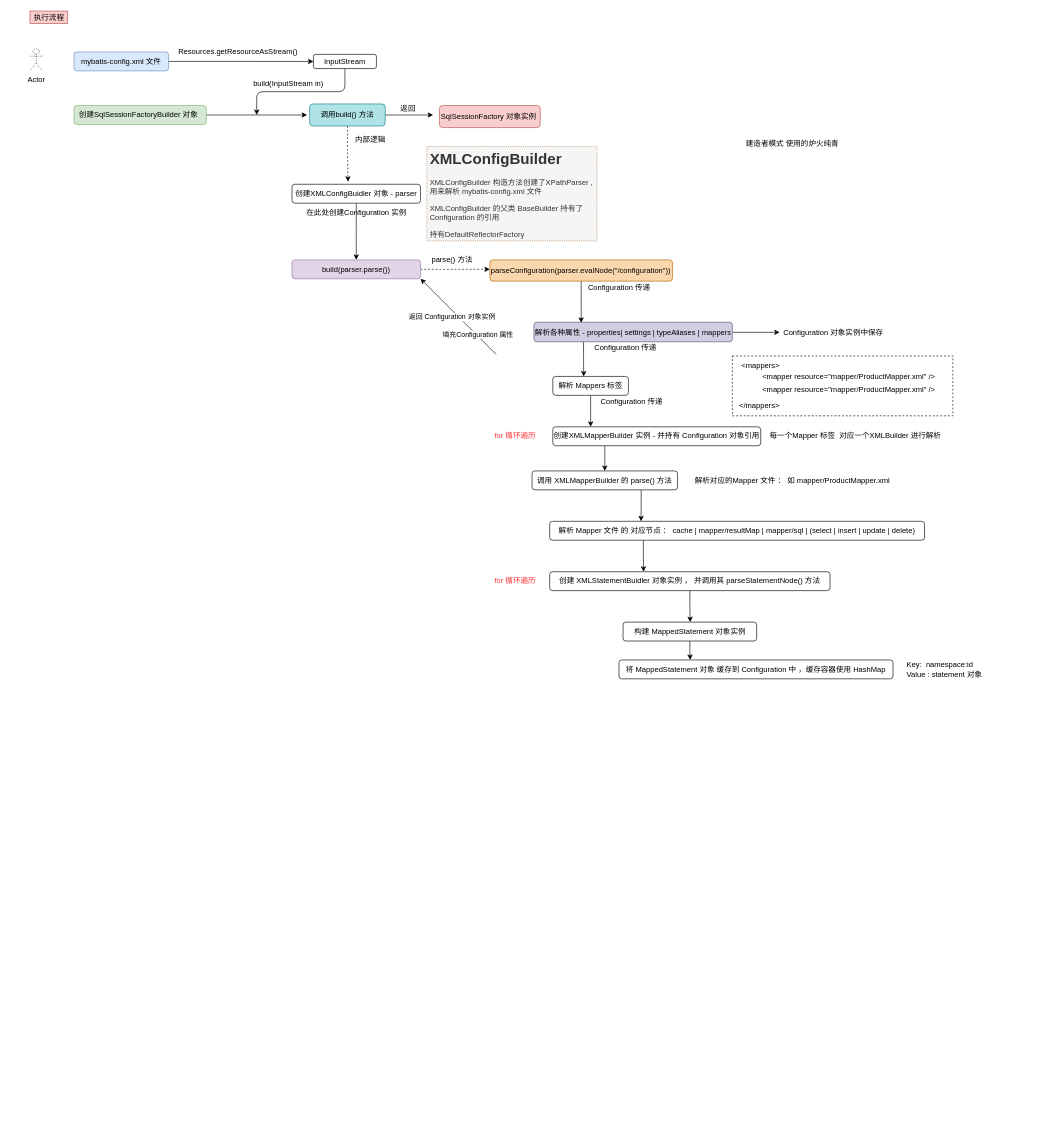
Above: page "执行流程" (2 of 2) of mybatis.drawio in topyuluo/photo-project (draw.io), before the change. Source tidied: cells renumbered, new cells numbered last; positions are measured from the earlier drawing's top-left corner, leaving out a move shared by most shapes. Both pictures are drawn from the tidied source at 63%, with x=0, y=0 at pixel (30, 11).
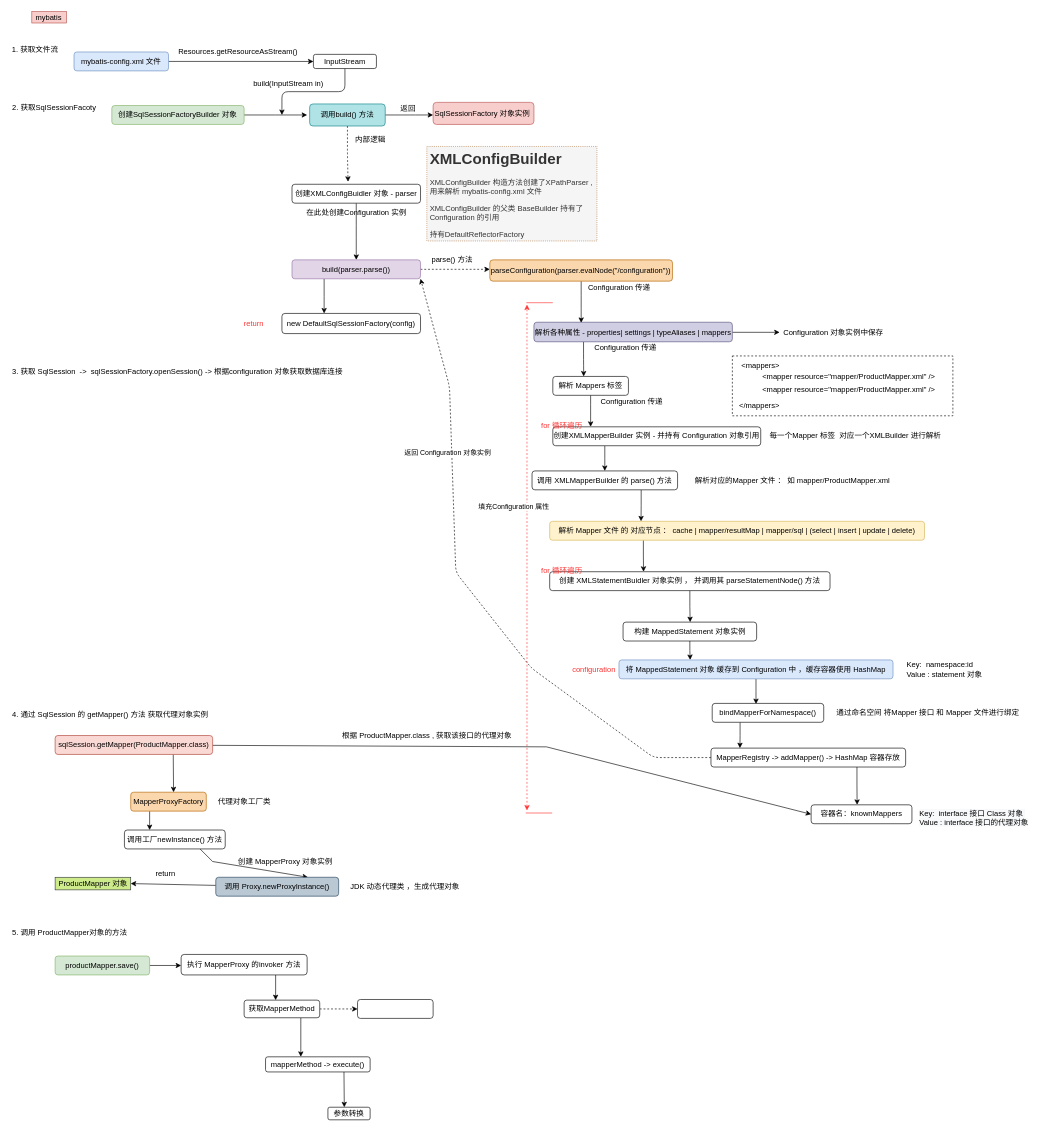
After the change.

The change refers to these unchanged cells:
```xml
<mxCell id="8" value="InputStream" style="rounded=1;whiteSpace=wrap;html=1;align=center;" parent="1" vertex="1">
  <mxGeometry x="450" y="68.8" width="100" height="22.5" as="geometry" />
</mxCell>
<mxCell id="21" value="build(parser.parse())" style="rounded=1;whiteSpace=wrap;html=1;align=center;fillColor=#e1d5e7;strokeColor=#9673a6;" parent="1" vertex="1">
  <mxGeometry x="416" y="395" width="204" height="30" as="geometry" />
</mxCell>
```

Diff of the diagram source:
```diff
@@
-    <mxCell id="3" style="rounded=1;whiteSpace=wrap;html=1;align=center;fillColor=#d5e8d4;strokeColor=#82b366;" parent="1" vertex="1">
-      <mxGeometry x="70" y="150" width="210" height="30" as="geometry" />
-    </mxCell>
-    <mxCell id="4" value="执行流程" style="text;html=1;align=center;verticalAlign=middle;strokeColor=#b85450;fillColor=#f8cecc;" parent="1" vertex="1">
-      <mxGeometry width="60" height="20" as="geometry" />
+    <mxCell id="4" value="mybatis&amp;nbsp;" style="text;html=1;align=center;verticalAlign=middle;strokeColor=#b85450;fillColor=#f8cecc;" parent="1" vertex="1">
+      <mxGeometry x="3" y="1" width="55" height="18" as="geometry" />
     </mxCell>
@@
     <mxCell id="7" style="edgeStyle=elbowEdgeStyle;rounded=1;jettySize=auto;html=1;exitX=0.5;exitY=1;exitDx=0;exitDy=0;elbow=vertical;" parent="1" edge="1" source="8">
       <mxGeometry relative="1" as="geometry">
-        <mxPoint x="360" y="165" as="targetPoint" />
+        <mxPoint x="400" y="165" as="targetPoint" />
       </mxGeometry>
     </mxCell>
@@
-    <mxCell id="13" value="创建SqlSessionFactoryBuilder 对象" style="text;html=1;align=center;verticalAlign=middle;strokeColor=none;" parent="1" vertex="1">
-      <mxGeometry x="72" y="153.5" width="200" height="20" as="geometry" />
-    </mxCell>
@@
     <mxCell id="15" value="SqlSessionFactory 对象实例&amp;nbsp;" style="rounded=1;whiteSpace=wrap;html=1;align=center;fillColor=#f8cecc;strokeColor=#b85450;" parent="1" vertex="1">
-      <mxGeometry x="650" y="150" width="160" height="35" as="geometry" />
+      <mxGeometry x="640" y="145" width="160" height="35" as="geometry" />
     </mxCell>
@@
+    <mxCell id="64" style="edgeStyle=elbowEdgeStyle;rounded=0;jettySize=auto;elbow=vertical;html=1;exitX=0.25;exitY=1;exitDx=0;exitDy=0;fontColor=#000000;" parent="1" edge="1" source="21">
+      <mxGeometry relative="1" as="geometry">
+        <mxPoint x="467" y="480" as="targetPoint" />
+      </mxGeometry>
+    </mxCell>
@@
-    <mxCell id="29" style="endArrow=classic;html=1;entryX=1;entryY=1;entryDx=0;entryDy=0;" parent="1" edge="1" target="21">
+    <mxCell id="29" style="endArrow=classic;html=1;entryX=1;entryY=1;entryDx=0;entryDy=0;exitX=0;exitY=0.5;exitDx=0;exitDy=0;dashed=1;" parent="1" edge="1" source="71" target="21">
       <mxGeometry relative="1" as="geometry">
-        <mxPoint x="740" y="545" as="sourcePoint" />
+        <Array as="points">
+          <mxPoint x="990" y="1185" />
+          <mxPoint x="796" y="1043" />
+          <mxPoint x="676" y="891" />
+          <mxPoint x="666" y="596" />
+        </Array>
       </mxGeometry>
     </mxCell>
     <mxCell id="30" value="返回 Configuration 对象实例" style="edgeLabel;html=1;align=center;verticalAlign=middle;" parent="29" vertex="1">
       <mxGeometry x="0.21" y="-1" relative="1" as="geometry">
-        <mxPoint x="2" y="14" as="offset" />
+        <mxPoint x="-12" y="-113" as="offset" />
       </mxGeometry>
     </mxCell>
-    <mxCell id="31" value="填充Configuration 属性" style="edgeLabel;html=1;align=center;verticalAlign=middle;" parent="29" vertex="1">
-      <mxGeometry x="-0.49" y="-1" relative="1" as="geometry" />
-    </mxCell>
-    <mxCell id="32" value="Actor" style="shape=umlActor;verticalLabelPosition=bottom;verticalAlign=top;html=1;rounded=1;dashed=1;dashPattern=1 2;" parent="1" vertex="1">
-      <mxGeometry y="60" width="20" height="35" as="geometry" />
-    </mxCell>
-    <mxCell id="33" value="建造者模式 使用的炉火纯青" style="text;html=1;align=center;verticalAlign=middle;strokeColor=none;" parent="1" vertex="1">
-      <mxGeometry x="1130" y="200" width="160" height="20" as="geometry" />
-    </mxCell>
@@
     <mxCell id="52" value="&lt;font color=&quot;#ff3333&quot;&gt;for 循环遍历&lt;/font&gt;" style="text;html=1;align=center;verticalAlign=middle;strokeColor=none;fontColor=#99CCFF;" parent="1" vertex="1">
-      <mxGeometry x="730" y="665" width="80" height="20" as="geometry" />
+      <mxGeometry x="804" y="649" width="80" height="20" as="geometry" />
     </mxCell>
@@
-    <mxCell id="56" value="解析 Mapper 文件 的 对应节点 ： cache | mapper/resultMap | mapper/sql | (select | insert | update | delete)" style="rounded=1;whiteSpace=wrap;html=1;fontColor=#000000;strokeColor=#000000;align=center;" parent="1" vertex="1">
+    <mxCell id="56" value="解析 Mapper 文件 的 对应节点 ： cache | mapper/resultMap | mapper/sql | (select | insert | update | delete)" style="rounded=1;whiteSpace=wrap;html=1;strokeColor=#d6b656;align=center;fillColor=#fff2cc;" parent="1" vertex="1">
       <mxGeometry x="825" y="810" width="595" height="30" as="geometry" />
     </mxCell>
@@
     <mxCell id="59" value="&lt;font color=&quot;#ff3333&quot;&gt;for 循环遍历&lt;/font&gt;" style="text;html=1;align=center;verticalAlign=middle;strokeColor=none;fontColor=#99CCFF;" parent="1" vertex="1">
-      <mxGeometry x="730" y="895" width="80" height="20" as="geometry" />
+      <mxGeometry x="804" y="878" width="80" height="20" as="geometry" />
     </mxCell>
@@
+    <mxCell id="65" style="edgeStyle=elbowEdgeStyle;rounded=0;jettySize=auto;elbow=vertical;html=1;fontColor=#000000;" parent="1" edge="1" source="62">
+      <mxGeometry relative="1" as="geometry">
+        <mxPoint x="1152.5" y="1100" as="targetPoint" />
+      </mxGeometry>
+    </mxCell>
-    <mxCell id="62" value="将 MappedStatement 对象 缓存到 Configuration 中 ，缓存容器使用 HashMap" style="rounded=1;whiteSpace=wrap;html=1;fontColor=#000000;strokeColor=#000000;align=center;" parent="1" vertex="1">
+    <mxCell id="62" value="将 MappedStatement 对象 缓存到 Configuration 中 ，缓存容器使用 HashMap" style="rounded=1;whiteSpace=wrap;html=1;strokeColor=#6c8ebf;align=center;fillColor=#dae8fc;" parent="1" vertex="1">
       <mxGeometry x="935" y="1030" width="435" height="30" as="geometry" />
     </mxCell>
@@
+    <mxCell id="66" value="&lt;font color=&quot;#ff3333&quot;&gt;configuration&lt;/font&gt;" style="text;html=1;align=center;verticalAlign=middle;strokeColor=none;fontColor=#99CCFF;" parent="1" vertex="1">
+      <mxGeometry x="855" y="1035" width="80" height="20" as="geometry" />
+    </mxCell>
+    <mxCell id="67" style="edgeStyle=elbowEdgeStyle;rounded=0;jettySize=auto;elbow=vertical;html=1;exitX=0.25;exitY=1;exitDx=0;exitDy=0;fontColor=#000000;" parent="1" edge="1" source="68">
+      <mxGeometry relative="1" as="geometry">
+        <mxPoint x="1127" y="1170" as="targetPoint" />
+      </mxGeometry>
+    </mxCell>
+    <mxCell id="68" value="bindMapperForNamespace()" style="rounded=1;whiteSpace=wrap;html=1;fontColor=#000000;strokeColor=#000000;align=center;" parent="1" vertex="1">
+      <mxGeometry x="1083" y="1099" width="177" height="30" as="geometry" />
+    </mxCell>
+    <mxCell id="69" value="通过命名空间 将Mapper 接口 和 Mapper 文件进行绑定" style="text;html=1;align=center;verticalAlign=middle;strokeColor=none;fontColor=#000000;" parent="1" vertex="1">
+      <mxGeometry x="1270" y="1104" width="310" height="20" as="geometry" />
+    </mxCell>
+    <mxCell id="70" style="edgeStyle=elbowEdgeStyle;rounded=0;jettySize=auto;elbow=vertical;html=1;exitX=0.75;exitY=1;exitDx=0;exitDy=0;fontColor=#000000;" parent="1" edge="1" source="71">
+      <mxGeometry relative="1" as="geometry">
+        <mxPoint x="1313" y="1260" as="targetPoint" />
+      </mxGeometry>
+    </mxCell>
+    <mxCell id="71" value="MapperRegistry -&amp;gt; addMapper() -&amp;gt; HashMap 容器存放" style="rounded=1;whiteSpace=wrap;html=1;fontColor=#000000;strokeColor=#000000;align=center;" parent="1" vertex="1">
+      <mxGeometry x="1081" y="1170" width="309" height="30" as="geometry" />
+    </mxCell>
+    <mxCell id="72" value="&lt;span style=&quot;color: rgb(0 , 0 , 0) ; font-family: &amp;#34;helvetica&amp;#34; ; font-size: 12px ; font-style: normal ; font-weight: 400 ; letter-spacing: normal ; text-align: left ; text-indent: 0px ; text-transform: none ; word-spacing: 0px ; background-color: rgb(248 , 249 , 250) ; display: inline ; float: none&quot;&gt;Key:&amp;nbsp; interface 接口 Class 对象&amp;nbsp;&lt;/span&gt;&lt;br style=&quot;color: rgb(0 , 0 , 0) ; font-family: &amp;#34;helvetica&amp;#34; ; font-size: 12px ; font-style: normal ; font-weight: 400 ; letter-spacing: normal ; text-align: left ; text-indent: 0px ; text-transform: none ; word-spacing: 0px ; background-color: rgb(248 , 249 , 250)&quot;&gt;&lt;span style=&quot;color: rgb(0 , 0 , 0) ; font-family: &amp;#34;helvetica&amp;#34; ; font-size: 12px ; font-style: normal ; font-weight: 400 ; letter-spacing: normal ; text-align: left ; text-indent: 0px ; text-transform: none ; word-spacing: 0px ; background-color: rgb(248 , 249 , 250) ; display: inline ; float: none&quot;&gt;Value : interface 接口的代理对象&lt;/span&gt;" style="text;whiteSpace=wrap;html=1;fontColor=#000000;" parent="1" vertex="1">
+      <mxGeometry x="1410" y="1260" width="180" height="30" as="geometry" />
+    </mxCell>
+    <mxCell id="73" value="new DefaultSqlSessionFactory(config)" style="rounded=1;whiteSpace=wrap;html=1;fontColor=#000000;strokeColor=#000000;align=center;" parent="1" vertex="1">
+      <mxGeometry x="400" y="480" width="220" height="32" as="geometry" />
+    </mxCell>
+    <mxCell id="74" value="1. 获取文件流&amp;nbsp;" style="text;html=1;strokeColor=none;fillColor=none;align=center;verticalAlign=middle;whiteSpace=wrap;rounded=0;fontColor=#000000;" parent="1" vertex="1">
+      <mxGeometry x="-30" y="46" width="80" height="29" as="geometry" />
+    </mxCell>
+    <mxCell id="75" value="2. 获取SqlSessionFacoty&amp;nbsp;" style="text;html=1;strokeColor=none;fillColor=none;align=left;verticalAlign=middle;whiteSpace=wrap;rounded=0;fontColor=#000000;" parent="1" vertex="1">
+      <mxGeometry x="-30" y="140" width="150" height="25" as="geometry" />
+    </mxCell>
+    <mxCell id="76" style="group;" parent="1" vertex="1">
+      <mxGeometry x="130" y="150" width="210" height="30" as="geometry" />
+    </mxCell>
+    <mxCell id="3" style="rounded=1;whiteSpace=wrap;html=1;align=center;fillColor=#d5e8d4;strokeColor=#82b366;" parent="76" vertex="1">
+      <mxGeometry width="210" height="30" as="geometry" />
+    </mxCell>
+    <mxCell id="13" value="创建SqlSessionFactoryBuilder 对象" style="text;html=1;align=center;verticalAlign=middle;strokeColor=none;" parent="76" vertex="1">
+      <mxGeometry x="4" y="5" width="200" height="20" as="geometry" />
+    </mxCell>
+    <mxCell id="77" value="3. 获取 SqlSession&amp;nbsp; -&amp;gt;&amp;nbsp; sqlSessionFactory.openSession() -&amp;gt; 根据configuration 对象获取数据库连接" style="text;html=1;strokeColor=none;fillColor=none;align=left;verticalAlign=middle;whiteSpace=wrap;rounded=0;fontColor=#000000;" parent="1" vertex="1">
+      <mxGeometry x="-30" y="560" width="540" height="25" as="geometry" />
+    </mxCell>
+    <mxCell id="78" value="4. 通过 SqlSession 的 getMapper() 方法 获取代理对象实例" style="text;html=1;strokeColor=none;fillColor=none;align=left;verticalAlign=middle;whiteSpace=wrap;rounded=0;fontColor=#000000;" parent="1" vertex="1">
+      <mxGeometry x="-30" y="1104" width="360" height="25" as="geometry" />
+    </mxCell>
+    <mxCell id="79" style="rounded=0;jettySize=auto;elbow=vertical;html=1;entryX=0;entryY=0.5;entryDx=0;entryDy=0;fontColor=#000000;" parent="1" edge="1" source="81" target="82">
+      <mxGeometry relative="1" as="geometry">
+        <Array as="points">
+          <mxPoint x="820" y="1168" />
+        </Array>
+      </mxGeometry>
+    </mxCell>
+    <mxCell id="80" style="edgeStyle=none;rounded=0;jettySize=auto;html=1;exitX=0.75;exitY=1;exitDx=0;exitDy=0;fontColor=#000000;" parent="1" edge="1" source="81">
+      <mxGeometry relative="1" as="geometry">
+        <mxPoint x="228" y="1240" as="targetPoint" />
+      </mxGeometry>
+    </mxCell>
+    <mxCell id="81" value="&lt;span style=&quot;&quot;&gt;sqlSession.getMapper(ProductMapper.class)&lt;/span&gt;" style="rounded=1;whiteSpace=wrap;html=1;strokeColor=#ae4132;align=center;fillColor=#fad9d5;" parent="1" vertex="1">
+      <mxGeometry x="40" y="1150" width="250" height="30" as="geometry" />
+    </mxCell>
+    <mxCell id="82" value="容器名：knownMappers" style="rounded=1;whiteSpace=wrap;html=1;fontColor=#000000;strokeColor=#000000;align=center;" parent="1" vertex="1">
+      <mxGeometry x="1240" y="1260" width="160" height="30" as="geometry" />
+    </mxCell>
+    <mxCell id="83" value="根据 ProductMapper.class , 获取该接口的代理对象" style="text;html=1;align=center;verticalAlign=middle;strokeColor=none;fontColor=#000000;" parent="1" vertex="1">
+      <mxGeometry x="490" y="1140" width="280" height="20" as="geometry" />
+    </mxCell>
+    <mxCell id="84" style="edgeStyle=none;rounded=0;jettySize=auto;html=1;exitX=0.25;exitY=1;exitDx=0;exitDy=0;fontColor=#000000;" parent="1" edge="1" source="85">
+      <mxGeometry relative="1" as="geometry">
+        <mxPoint x="190" y="1300" as="targetPoint" />
+      </mxGeometry>
+    </mxCell>
+    <mxCell id="85" value="MapperProxyFactory" style="rounded=1;whiteSpace=wrap;html=1;strokeColor=#b46504;align=center;fillColor=#fad7ac;" parent="1" vertex="1">
+      <mxGeometry x="160" y="1240" width="120" height="30" as="geometry" />
+    </mxCell>
+    <mxCell id="86" value="代理对象工厂类" style="text;html=1;align=center;verticalAlign=middle;strokeColor=none;fontColor=#000000;" parent="1" vertex="1">
+      <mxGeometry x="290" y="1245" width="100" height="20" as="geometry" />
+    </mxCell>
+    <mxCell id="87" style="edgeStyle=none;rounded=0;jettySize=auto;html=1;exitX=0.75;exitY=1;exitDx=0;exitDy=0;fontColor=#000000;entryX=0.75;entryY=0;entryDx=0;entryDy=0;" parent="1" edge="1" source="88" target="90">
+      <mxGeometry relative="1" as="geometry">
+        <Array as="points">
+          <mxPoint x="290" y="1350" />
+        </Array>
+      </mxGeometry>
+    </mxCell>
+    <mxCell id="88" value="调用工厂newInstance() 方法" style="rounded=1;whiteSpace=wrap;html=1;fontColor=#000000;strokeColor=#000000;align=center;" parent="1" vertex="1">
+      <mxGeometry x="150" y="1300" width="160" height="30" as="geometry" />
+    </mxCell>
+    <mxCell id="89" style="edgeStyle=none;rounded=0;jettySize=auto;html=1;fontColor=#000000;" parent="1" edge="1" source="90">
+      <mxGeometry relative="1" as="geometry">
+        <mxPoint x="160" y="1385" as="targetPoint" />
+      </mxGeometry>
+    </mxCell>
+    <mxCell id="90" value="调用 Proxy.newProxyInstance()" style="rounded=1;whiteSpace=wrap;html=1;strokeColor=#23445d;align=center;fillColor=#bac8d3;" parent="1" vertex="1">
+      <mxGeometry x="295" y="1375" width="195" height="30" as="geometry" />
+    </mxCell>
+    <mxCell id="91" value="JDK 动态代理类 ，生成代理对象" style="text;html=1;align=center;verticalAlign=middle;strokeColor=none;fontColor=#000000;" parent="1" vertex="1">
+      <mxGeometry x="500" y="1380" width="190" height="20" as="geometry" />
+    </mxCell>
+    <mxCell id="92" value="return" style="text;html=1;align=center;verticalAlign=middle;strokeColor=none;fontColor=#000000;" parent="1" vertex="1">
+      <mxGeometry x="190" y="1360" width="50" height="20" as="geometry" />
+    </mxCell>
+    <mxCell id="93" value="ProductMapper 对象" style="text;html=1;align=center;verticalAlign=middle;strokeColor=#36393d;fillColor=#cdeb8b;" parent="1" vertex="1">
+      <mxGeometry x="40" y="1375" width="120" height="20" as="geometry" />
+    </mxCell>
+    <mxCell id="94" value="5. 调用 ProductMapper对象的方法" style="text;html=1;strokeColor=none;fillColor=none;align=left;verticalAlign=middle;whiteSpace=wrap;rounded=0;fontColor=#000000;" parent="1" vertex="1">
+      <mxGeometry x="-30" y="1450" width="360" height="25" as="geometry" />
+    </mxCell>
+    <mxCell id="95" style="edgeStyle=none;rounded=0;jettySize=auto;html=1;exitX=1;exitY=0.5;exitDx=0;exitDy=0;fontColor=#000000;" parent="1" edge="1" source="96">
+      <mxGeometry relative="1" as="geometry">
+        <mxPoint x="240" y="1515" as="targetPoint" />
+      </mxGeometry>
+    </mxCell>
+    <mxCell id="96" value="&lt;span&gt;productMapper.save()&lt;/span&gt;" style="rounded=1;whiteSpace=wrap;html=1;strokeColor=#82b366;align=center;fillColor=#d5e8d4;" parent="1" vertex="1">
+      <mxGeometry x="40" y="1500" width="150" height="30" as="geometry" />
+    </mxCell>
+    <mxCell id="97" style="edgeStyle=none;rounded=0;jettySize=auto;html=1;exitX=0.75;exitY=1;exitDx=0;exitDy=0;fontColor=#000000;" parent="1" edge="1" source="98">
+      <mxGeometry relative="1" as="geometry">
+        <mxPoint x="390" y="1570" as="targetPoint" />
+      </mxGeometry>
+    </mxCell>
+    <mxCell id="98" value="执行 MapperProxy 的invoker 方法" style="rounded=1;whiteSpace=wrap;html=1;fontColor=#000000;strokeColor=#000000;align=center;" parent="1" vertex="1">
+      <mxGeometry x="240" y="1497.5" width="200" height="32.5" as="geometry" />
+    </mxCell>
+    <mxCell id="99" value="创建 MapperProxy 对象实例" style="text;html=1;align=center;verticalAlign=middle;strokeColor=none;fontColor=#000000;" parent="1" vertex="1">
+      <mxGeometry x="320" y="1340" width="170" height="20" as="geometry" />
+    </mxCell>
+    <mxCell id="100" style="edgeStyle=none;rounded=0;jettySize=auto;html=1;exitX=1;exitY=0.5;exitDx=0;exitDy=0;fontColor=#000000;dashed=1;" parent="1" edge="1" source="102">
+      <mxGeometry relative="1" as="geometry">
+        <mxPoint x="520" y="1584" as="targetPoint" />
+      </mxGeometry>
+    </mxCell>
+    <mxCell id="101" style="edgeStyle=none;rounded=0;jettySize=auto;html=1;exitX=0.75;exitY=1;exitDx=0;exitDy=0;fontColor=#000000;" parent="1" edge="1" source="102">
+      <mxGeometry relative="1" as="geometry">
+        <mxPoint x="430" y="1660" as="targetPoint" />
+      </mxGeometry>
+    </mxCell>
+    <mxCell id="102" value="获取MapperMethod" style="rounded=1;whiteSpace=wrap;html=1;fontColor=#000000;strokeColor=#000000;align=center;" parent="1" vertex="1">
+      <mxGeometry x="340" y="1570" width="120" height="28" as="geometry" />
+    </mxCell>
+    <mxCell id="103" style="rounded=1;whiteSpace=wrap;html=1;fontColor=#000000;strokeColor=#000000;align=center;" parent="1" vertex="1">
+      <mxGeometry x="520" y="1569" width="120" height="30" as="geometry" />
+    </mxCell>
+    <mxCell id="104" style="edgeStyle=none;rounded=0;jettySize=auto;html=1;exitX=0.75;exitY=1;exitDx=0;exitDy=0;fontColor=#000000;" parent="1" edge="1" source="105">
+      <mxGeometry relative="1" as="geometry">
+        <mxPoint x="499" y="1740" as="targetPoint" />
+      </mxGeometry>
+    </mxCell>
+    <mxCell id="105" value="mapperMethod -&amp;gt; execute()" style="rounded=1;whiteSpace=wrap;html=1;fontColor=#000000;strokeColor=#000000;align=center;" parent="1" vertex="1">
+      <mxGeometry x="374" y="1660" width="166" height="24" as="geometry" />
+    </mxCell>
+    <mxCell id="106" value="参数转换" style="rounded=1;whiteSpace=wrap;html=1;fontColor=#000000;strokeColor=#000000;align=center;" parent="1" vertex="1">
+      <mxGeometry x="473" y="1740" width="67" height="20" as="geometry" />
+    </mxCell>
+    <mxCell id="107" value="&lt;font color=&quot;#ff3333&quot;&gt;return&lt;/font&gt;" style="text;html=1;align=center;verticalAlign=middle;strokeColor=none;fontColor=#99CCFF;" parent="1" vertex="1">
+      <mxGeometry x="330" y="486" width="50" height="20" as="geometry" />
+    </mxCell>
+    <mxCell id="108" style="endArrow=none;html=1;fontColor=#000000;strokeColor=#FF3333;" parent="1" edge="1">
+      <mxGeometry relative="1" as="geometry">
+        <mxPoint x="788" y="463" as="sourcePoint" />
+        <mxPoint x="830" y="463" as="targetPoint" />
+        <Array as="points">
+          <mxPoint x="830" y="463" />
+        </Array>
+      </mxGeometry>
+    </mxCell>
+    <mxCell id="109" style="endArrow=none;html=1;fontColor=#000000;strokeColor=#FF3333;" parent="1" edge="1">
+      <mxGeometry relative="1" as="geometry">
+        <mxPoint x="787" y="1273" as="sourcePoint" />
+        <mxPoint x="829" y="1273" as="targetPoint" />
+      </mxGeometry>
+    </mxCell>
+    <mxCell id="110" style="endArrow=classic;startArrow=classic;html=1;fontColor=#000000;dashed=1;strokeColor=#FF3333;" parent="1" edge="1">
+      <mxGeometry relative="1" as="geometry">
+        <mxPoint x="789" y="1269" as="sourcePoint" />
+        <mxPoint x="789" y="466" as="targetPoint" />
+      </mxGeometry>
+    </mxCell>
+    <mxCell id="31" value="填充Configuration 属性" style="edgeLabel;html=1;align=center;verticalAlign=middle;fontColor=#000000;" parent="110" vertex="1">
+      <mxGeometry x="0.05" y="3" relative="1" as="geometry">
+        <mxPoint x="-19" y="-61" as="offset" />
+      </mxGeometry>
+    </mxCell>
```
